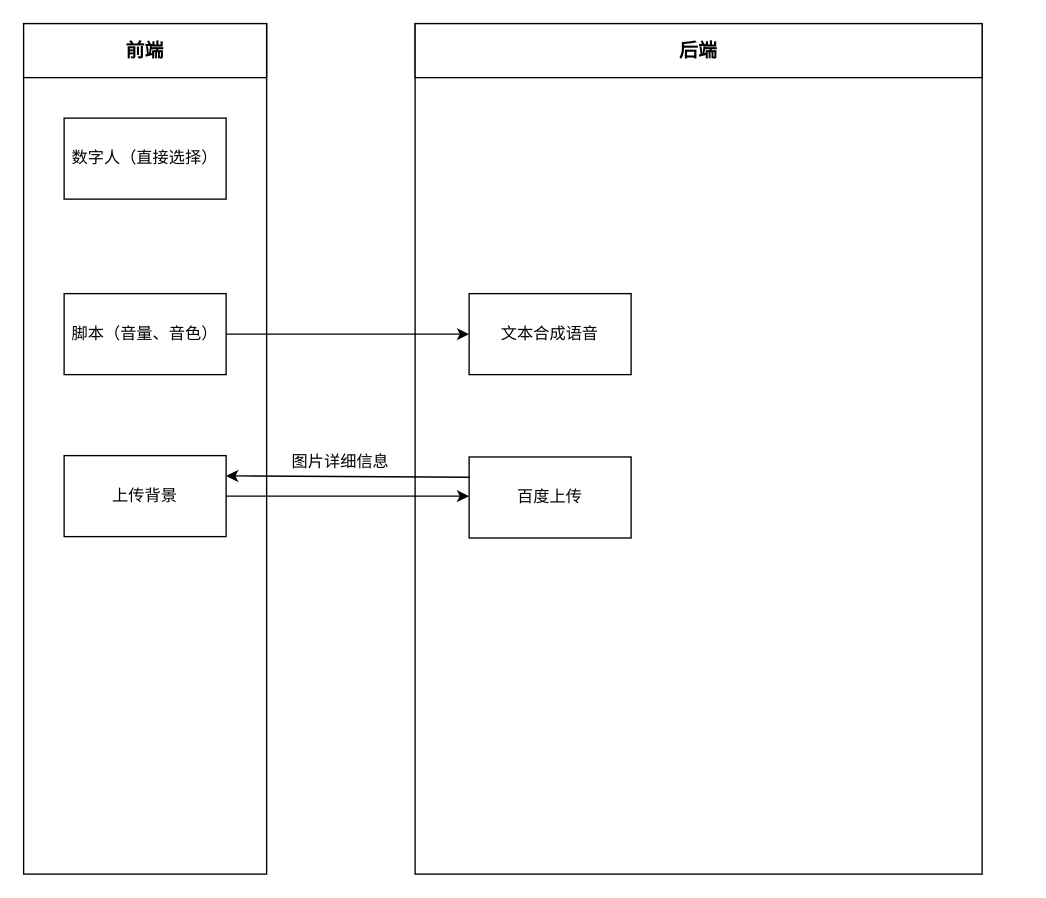
Before: 数字人逻辑图.drawio in xccsoftware/bootStrap, a draw.io diagram. Source tidied: cells renumbered, new cells numbered last; positions are measured from the earlier drawing's top-left corner, leaving out a move shared by most shapes. Both pictures are drawn from the tidied source at 135%, with x=0, y=0 at pixel (23, 23).
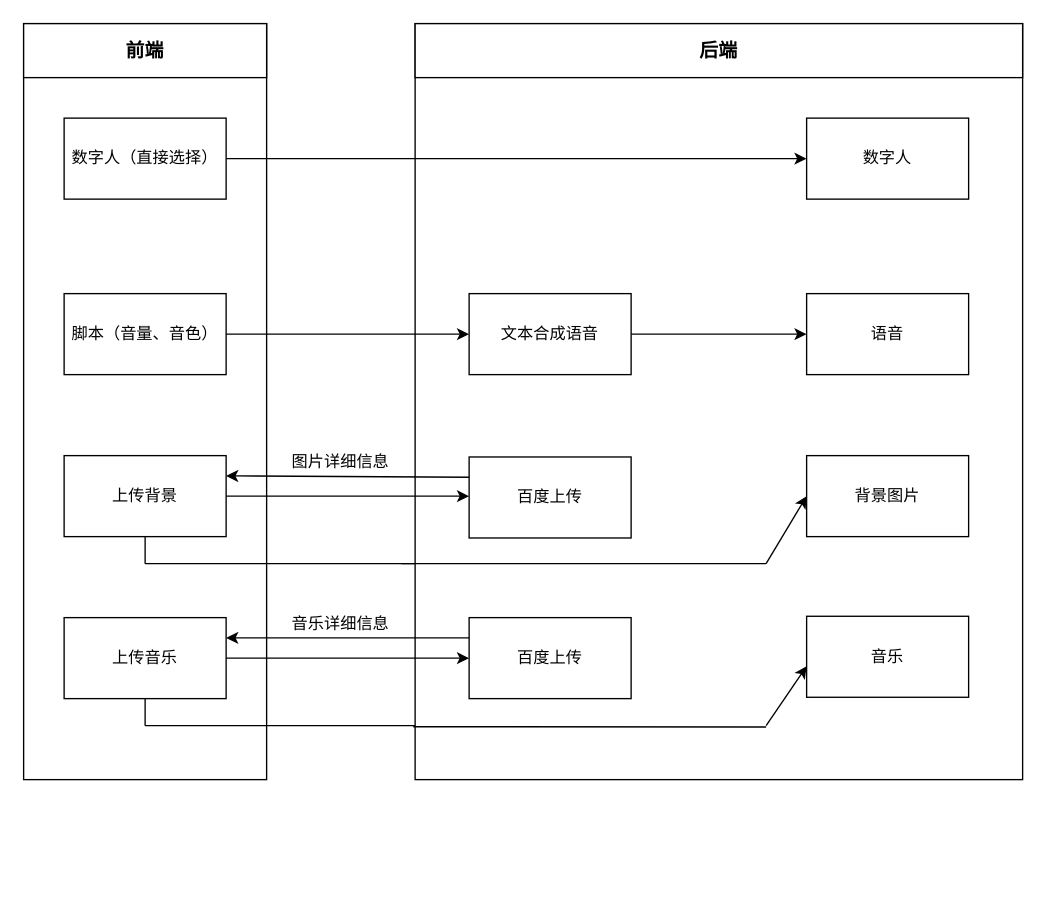
The same diagram, later.

Commit message (it also covers changes not shown here):
更新数字人逻辑图.drawio

Unchanged cells that the change refers to:
```xml
<mxCell id="3" value="数字人（直接选择）" style="rounded=0;whiteSpace=wrap;html=1;" parent="1" vertex="1">
  <mxGeometry x="30" y="70" width="120" height="60" as="geometry" />
</mxCell>
```

Change to the diagram source:
```diff
@@
     <mxCell id="2" style="rounded=0;whiteSpace=wrap;html=1;" parent="1" vertex="1">
-      <mxGeometry width="180" height="630" as="geometry" />
+      <mxGeometry width="180" height="560" as="geometry" />
     </mxCell>
@@
-    <mxCell id="6" style="group;" parent="1" vertex="1">
-      <mxGeometry x="290" width="420" height="630" as="geometry" />
-    </mxCell>
+    <mxCell id="13" value="上传背景" style="rounded=0;whiteSpace=wrap;html=1;" parent="1" vertex="1">
+      <mxGeometry x="30" y="320" width="120" height="60" as="geometry" />
+    </mxCell>
+    <mxCell id="15" value="图片详细信息" style="text;html=1;strokeColor=none;fillColor=none;align=center;verticalAlign=middle;whiteSpace=wrap;rounded=0;" parent="1" vertex="1">
+      <mxGeometry x="190" y="310" width="90" height="30" as="geometry" />
+    </mxCell>
+    <mxCell id="16" value="上传音乐" style="rounded=0;whiteSpace=wrap;html=1;" parent="1" vertex="1">
+      <mxGeometry x="30" y="440" width="120" height="60" as="geometry" />
+    </mxCell>
-    <mxCell id="7" style="rounded=0;whiteSpace=wrap;html=1;" parent="6" vertex="1">
-      <mxGeometry width="420" height="630" as="geometry" />
+    <mxCell id="7" style="rounded=0;whiteSpace=wrap;html=1;" parent="1" vertex="1">
+      <mxGeometry x="290" width="450" height="560" as="geometry" />
     </mxCell>
+    <mxCell id="17" value="音乐详细信息" style="text;html=1;strokeColor=none;fillColor=none;align=center;verticalAlign=middle;whiteSpace=wrap;rounded=0;" parent="1" vertex="1">
+      <mxGeometry x="190" y="430" width="90" height="30" as="geometry" />
+    </mxCell>
-    <mxCell id="8" value="&lt;b&gt;&lt;font style=&quot;font-size: 14px;&quot;&gt;后端&lt;/font&gt;&lt;/b&gt;" style="rounded=0;whiteSpace=wrap;html=1;" parent="6" vertex="1">
-      <mxGeometry width="420" height="40" as="geometry" />
+    <mxCell id="8" value="&lt;b&gt;&lt;font style=&quot;font-size: 14px;&quot;&gt;后端&lt;/font&gt;&lt;/b&gt;" style="rounded=0;whiteSpace=wrap;html=1;" parent="1" vertex="1">
+      <mxGeometry x="290" width="450" height="40" as="geometry" />
     </mxCell>
+    <mxCell id="18" style="edgeStyle=orthogonalEdgeStyle;rounded=0;jettySize=auto;html=1;entryX=0;entryY=0.5;entryDx=0;entryDy=0;" parent="1" edge="1" source="9" target="24">
+      <mxGeometry relative="1" as="geometry" />
+    </mxCell>
-    <mxCell id="9" value="文本合成语音" style="rounded=0;whiteSpace=wrap;html=1;" parent="6" vertex="1">
-      <mxGeometry x="40" y="200" width="120" height="60" as="geometry" />
+    <mxCell id="9" value="文本合成语音" style="rounded=0;whiteSpace=wrap;html=1;" parent="1" vertex="1">
+      <mxGeometry x="330" y="200" width="120" height="60" as="geometry" />
     </mxCell>
-    <mxCell id="10" value="百度上传" style="rounded=0;whiteSpace=wrap;html=1;" parent="6" vertex="1">
-      <mxGeometry x="40" y="321" width="120" height="60" as="geometry" />
+    <mxCell id="10" value="百度上传" style="rounded=0;whiteSpace=wrap;html=1;" parent="1" vertex="1">
+      <mxGeometry x="330" y="321" width="120" height="60" as="geometry" />
     </mxCell>
+    <mxCell id="19" value="百度上传" style="rounded=0;whiteSpace=wrap;html=1;" parent="1" vertex="1">
+      <mxGeometry x="330" y="440" width="120" height="60" as="geometry" />
+    </mxCell>
@@
+    <mxCell id="14" style="endArrow=classic;html=1;rounded=0;exitX=0;exitY=0.25;exitDx=0;exitDy=0;entryX=1;entryY=0.25;entryDx=0;entryDy=0;" parent="1" edge="1" source="10" target="13">
+      <mxGeometry relative="1" as="geometry" />
+    </mxCell>
@@
-    <mxCell id="13" value="上传背景" style="rounded=0;whiteSpace=wrap;html=1;" parent="1" vertex="1">
-      <mxGeometry x="30" y="320" width="120" height="60" as="geometry" />
-    </mxCell>
-    <mxCell id="14" style="endArrow=classic;html=1;rounded=0;exitX=0;exitY=0.25;exitDx=0;exitDy=0;entryX=1;entryY=0.25;entryDx=0;entryDy=0;" parent="1" edge="1" source="10" target="13">
-      <mxGeometry relative="1" as="geometry" />
-    </mxCell>
-    <mxCell id="15" value="图片详细信息" style="text;html=1;strokeColor=none;fillColor=none;align=center;verticalAlign=middle;whiteSpace=wrap;rounded=0;" parent="1" vertex="1">
-      <mxGeometry x="190" y="310" width="90" height="30" as="geometry" />
-    </mxCell>
+    <mxCell id="20" style="endArrow=classic;html=1;rounded=0;exitX=0;exitY=0.25;exitDx=0;exitDy=0;entryX=1;entryY=0.25;entryDx=0;entryDy=0;" parent="1" edge="1" source="19" target="16">
+      <mxGeometry relative="1" as="geometry" />
+    </mxCell>
+    <mxCell id="21" style="edgeStyle=orthogonalEdgeStyle;rounded=0;jettySize=auto;html=1;entryX=0;entryY=0.5;entryDx=0;entryDy=0;" parent="1" edge="1" source="16" target="19">
+      <mxGeometry relative="1" as="geometry" />
+    </mxCell>
+    <mxCell id="22" value="数字人" style="rounded=0;whiteSpace=wrap;html=1;" parent="1" vertex="1">
+      <mxGeometry x="580" y="70" width="120" height="60" as="geometry" />
+    </mxCell>
+    <mxCell id="23" style="edgeStyle=orthogonalEdgeStyle;rounded=0;jettySize=auto;html=1;entryX=0;entryY=0.5;entryDx=0;entryDy=0;" parent="1" edge="1" source="3" target="22">
+      <mxGeometry relative="1" as="geometry" />
+    </mxCell>
+    <mxCell id="24" value="语音" style="rounded=0;whiteSpace=wrap;html=1;" parent="1" vertex="1">
+      <mxGeometry x="580" y="200" width="120" height="60" as="geometry" />
+    </mxCell>
+    <mxCell id="25" value="背景图片" style="rounded=0;whiteSpace=wrap;html=1;" parent="1" vertex="1">
+      <mxGeometry x="580" y="320" width="120" height="60" as="geometry" />
+    </mxCell>
+    <mxCell id="26" style="endArrow=none;html=1;rounded=0;" parent="1" edge="1">
+      <mxGeometry relative="1" as="geometry">
+        <mxPoint x="90" y="400" as="sourcePoint" />
+        <mxPoint x="90" y="380" as="targetPoint" />
+      </mxGeometry>
+    </mxCell>
+    <mxCell id="27" style="endArrow=none;html=1;rounded=0;" parent="1" edge="1">
+      <mxGeometry relative="1" as="geometry">
+        <mxPoint x="90" y="400" as="sourcePoint" />
+        <mxPoint x="290" y="400" as="targetPoint" />
+      </mxGeometry>
+    </mxCell>
+    <mxCell id="28" style="endArrow=none;html=1;rounded=0;" parent="1" edge="1">
+      <mxGeometry relative="1" as="geometry">
+        <mxPoint x="280" y="400" as="sourcePoint" />
+        <mxPoint x="550" y="400" as="targetPoint" />
+      </mxGeometry>
+    </mxCell>
+    <mxCell id="29" style="endArrow=classic;html=1;rounded=0;entryX=0;entryY=0.5;entryDx=0;entryDy=0;" parent="1" edge="1" target="25">
+      <mxGeometry relative="1" as="geometry">
+        <mxPoint x="550" y="400" as="sourcePoint" />
+      </mxGeometry>
+    </mxCell>
+    <mxCell id="30" value="音乐" style="rounded=0;whiteSpace=wrap;html=1;" parent="1" vertex="1">
+      <mxGeometry x="580" y="439" width="120" height="60" as="geometry" />
+    </mxCell>
+    <mxCell id="31" style="endArrow=none;html=1;rounded=0;" parent="1" edge="1">
+      <mxGeometry relative="1" as="geometry">
+        <mxPoint x="90" y="520" as="sourcePoint" />
+        <mxPoint x="90" y="500" as="targetPoint" />
+      </mxGeometry>
+    </mxCell>
+    <mxCell id="32" style="endArrow=none;html=1;rounded=0;" parent="1" edge="1">
+      <mxGeometry relative="1" as="geometry">
+        <mxPoint x="90" y="520" as="sourcePoint" />
+        <mxPoint x="290" y="520" as="targetPoint" />
+      </mxGeometry>
+    </mxCell>
+    <mxCell id="33" style="endArrow=none;html=1;rounded=0;entryX=-0.003;entryY=0.93;entryDx=0;entryDy=0;entryPerimeter=0;" parent="1" edge="1" target="7">
+      <mxGeometry relative="1" as="geometry">
+        <mxPoint x="550" y="521" as="sourcePoint" />
+      </mxGeometry>
+    </mxCell>
+    <mxCell id="34" style="endArrow=classic;html=1;rounded=0;entryX=0;entryY=0.617;entryDx=0;entryDy=0;entryPerimeter=0;" parent="1" edge="1" target="30">
+      <mxGeometry relative="1" as="geometry">
+        <mxPoint x="550" y="520" as="sourcePoint" />
+      </mxGeometry>
+    </mxCell>
```
